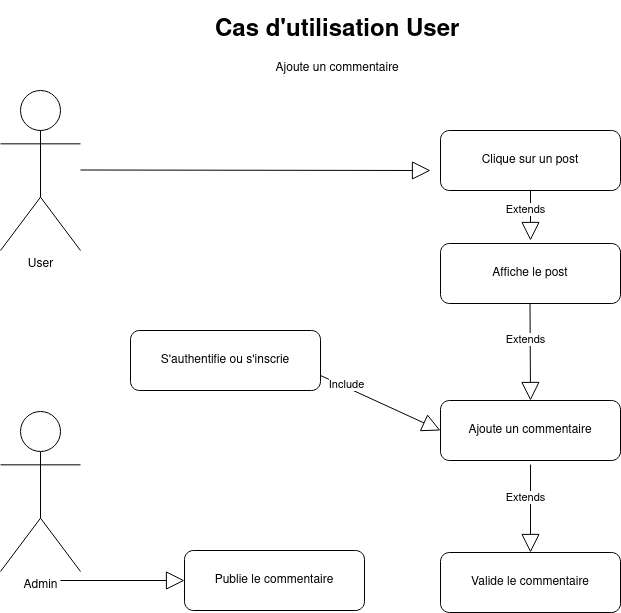
marinejourdan/blog keeps this draw.io diagram as casutilisation/visiteur-ajout-commentaire.png. Above is the earlier version. Source tidied: cells renumbered, new cells last; positions are measured from the earlier drawing's top-left corner, leaving out a move shared by most shapes.
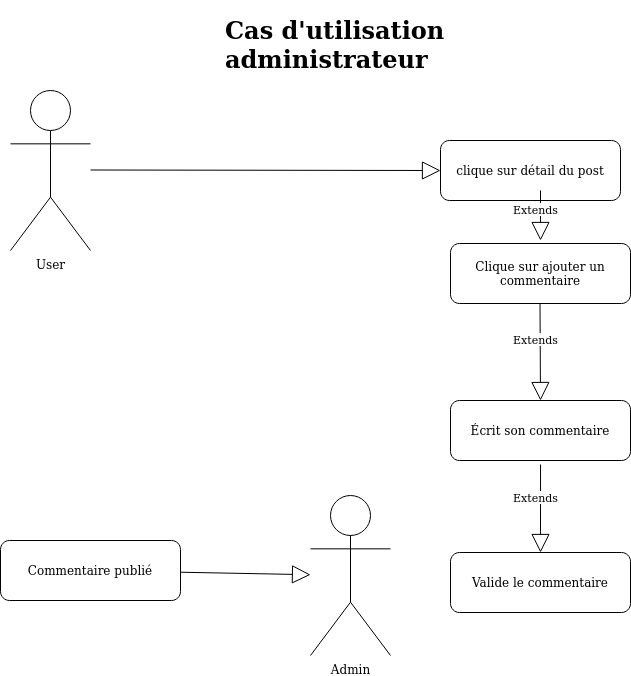
The same diagram one commit later.

What changed in the source:
```diff
@@ -5,43 +5,34 @@
     <mxCell id="2" value="User" style="shape=umlActor;verticalLabelPosition=bottom;verticalAlign=top;html=1;" parent="1" vertex="1">
       <mxGeometry y="80" width="80" height="160" as="geometry" />
     </mxCell>
-    <mxCell id="3" value="&lt;h1&gt;Cas d'utilisation User&lt;br&gt;&lt;/h1&gt;&lt;p align=&quot;center&quot;&gt;Ajoute un commentaire&lt;br&gt;&lt;/p&gt;" style="text;html=1;strokeColor=none;fillColor=none;spacing=5;spacingTop=-20;whiteSpace=wrap;overflow=hidden;rounded=0;" parent="1" vertex="1">
-      <mxGeometry x="210" width="360" height="80" as="geometry" />
-    </mxCell>
-    <mxCell id="4" value="Clique sur un post" style="rounded=1;whiteSpace=wrap;html=1;" parent="1" vertex="1">
-      <mxGeometry x="440" y="120" width="180" height="60" as="geometry" />
-    </mxCell>
-    <mxCell id="5" value="Affiche le post" style="rounded=1;whiteSpace=wrap;html=1;" parent="1" vertex="1">
-      <mxGeometry x="440" y="233" width="180" height="60" as="geometry" />
-    </mxCell>
-    <mxCell id="6" value="Ajoute un commentaire" style="rounded=1;whiteSpace=wrap;html=1;" parent="1" vertex="1">
-      <mxGeometry x="440" y="390" width="180" height="60" as="geometry" />
-    </mxCell>
+    <mxCell id="18" value="&lt;h1&gt;Cas d'utilisation administrateur&lt;br&gt;&lt;/h1&gt;&lt;p align=&quot;center&quot;&gt;Suite inscription sur le site&lt;br&gt;&lt;/p&gt;" style="text;html=1;strokeColor=none;fillColor=none;spacing=5;spacingTop=-20;whiteSpace=wrap;overflow=hidden;rounded=0;" parent="1" vertex="1">
+      <mxGeometry x="210" width="360" height="80" as="geometry" />
+    </mxCell>
+    <mxCell id="19" value="clique sur détail du post" style="rounded=1;whiteSpace=wrap;html=1;" parent="1" vertex="1">
+      <mxGeometry x="430" y="130" width="180" height="60" as="geometry" />
+    </mxCell>
+    <mxCell id="20" value="Clique sur ajouter un commentaire" style="rounded=1;whiteSpace=wrap;html=1;" parent="1" vertex="1">
+      <mxGeometry x="440" y="233" width="180" height="60" as="geometry" />
+    </mxCell>
+    <mxCell id="21" value="Écrit son commentaire" style="rounded=1;whiteSpace=wrap;html=1;" parent="1" vertex="1">
+      <mxGeometry x="440" y="390" width="180" height="60" as="geometry" />
+    </mxCell>
     <mxCell id="7" value="Valide le commentaire" style="rounded=1;whiteSpace=wrap;html=1;" parent="1" vertex="1">
       <mxGeometry x="440" y="542" width="180" height="60" as="geometry" />
     </mxCell>
-    <mxCell id="8" value="Admin" style="shape=umlActor;verticalLabelPosition=bottom;verticalAlign=top;html=1;outlineConnect=0;" parent="1" vertex="1">
-      <mxGeometry y="401" width="80" height="160" as="geometry" />
-    </mxCell>
-    <mxCell id="9" value="Publie le commentaire" style="rounded=1;whiteSpace=wrap;html=1;" parent="1" vertex="1">
-      <mxGeometry x="184" y="540" width="180" height="60" as="geometry" />
-    </mxCell>
-    <mxCell id="10" value="S'authentifie ou s'inscrie" style="rounded=1;whiteSpace=wrap;html=1;" parent="1" vertex="1">
-      <mxGeometry x="130" y="320" width="190" height="60" as="geometry" />
-    </mxCell>
-    <mxCell id="11" style="endArrow=block;endSize=16;endFill=0;html=1;rounded=0;exitX=1;exitY=0.5;exitDx=0;exitDy=0;" parent="1" edge="1">
-      <mxGeometry x="-0.25" y="-5" relative="1" as="geometry">
-        <mxPoint x="80" y="159.5" as="sourcePoint" />
-        <mxPoint x="430" y="160" as="targetPoint" />
-      </mxGeometry>
-    </mxCell>
+    <mxCell id="22" style="endArrow=block;endSize=16;endFill=0;html=1;rounded=0;exitX=1;exitY=0.5;exitDx=0;exitDy=0;" parent="1" edge="1">
+      <mxGeometry x="-0.25" y="-5" relative="1" as="geometry">
+        <mxPoint x="80" y="159.5" as="sourcePoint" />
+        <mxPoint x="430" y="160" as="targetPoint" />
+      </mxGeometry>
+    </mxCell>
     <mxCell id="12" value="Extends" style="endArrow=block;endSize=16;endFill=0;html=1;rounded=0;exitX=0.5;exitY=1;exitDx=0;exitDy=0;" parent="1" edge="1">
       <mxGeometry x="-0.25" y="-5" relative="1" as="geometry">
         <mxPoint x="530" y="180" as="sourcePoint" />
         <mxPoint x="530" y="230" as="targetPoint" />
       </mxGeometry>
     </mxCell>
-    <mxCell id="13" value="Extends" style="endArrow=block;endSize=16;endFill=0;html=1;rounded=0;exitX=0.5;exitY=1;exitDx=0;exitDy=0;entryX=0.5;entryY=0;entryDx=0;entryDy=0;" parent="1" edge="1" target="6">
+    <mxCell id="13" value="Extends" style="endArrow=block;endSize=16;endFill=0;html=1;rounded=0;exitX=0.5;exitY=1;exitDx=0;exitDy=0;entryX=0.5;entryY=0;entryDx=0;entryDy=0;" parent="1" edge="1" target="21">
       <mxGeometry x="-0.25" y="-5" relative="1" as="geometry">
         <mxPoint x="529.5" y="293" as="sourcePoint" />
       </mxGeometry>
@@ -51,16 +42,14 @@
         <mxPoint x="530.1" y="454" as="sourcePoint" />
       </mxGeometry>
     </mxCell>
-    <mxCell id="15" style="endArrow=block;endSize=16;endFill=0;html=1;rounded=0;" parent="1" edge="1" target="9">
-      <mxGeometry x="-0.25" y="-5" relative="1" as="geometry">
-        <mxPoint x="60" y="570" as="sourcePoint" />
-      </mxGeometry>
-    </mxCell>
-    <mxCell id="16" style="endArrow=block;endSize=16;endFill=0;html=1;rounded=0;exitX=1;exitY=0.75;exitDx=0;exitDy=0;entryX=0;entryY=0.5;entryDx=0;entryDy=0;" parent="1" edge="1" source="10" target="6">
-      <mxGeometry x="-0.25" y="-5" relative="1" as="geometry" />
-    </mxCell>
-    <mxCell id="17" value="Include" style="edgeLabel;html=1;align=center;verticalAlign=middle;" parent="16" vertex="1">
-      <mxGeometry x="-0.6" y="3" relative="1" as="geometry" />
-    </mxCell>
+    <mxCell id="23" value="Commentaire publié" style="rounded=1;whiteSpace=wrap;html=1;" parent="1" vertex="1">
+      <mxGeometry x="-10" y="530" width="180" height="60" as="geometry" />
+    </mxCell>
+    <mxCell id="8" value="Admin" style="shape=umlActor;verticalLabelPosition=bottom;verticalAlign=top;html=1;outlineConnect=0;" parent="1" vertex="1">
+      <mxGeometry x="300" y="485" width="80" height="160" as="geometry" />
+    </mxCell>
+    <mxCell id="24" style="endArrow=block;endSize=16;endFill=0;html=1;rounded=0;" parent="1" edge="1" source="23" target="8">
+      <mxGeometry x="-0.25" y="-5" relative="1" as="geometry" />
+    </mxCell>
   </root>
 </mxGraphModel>
```
